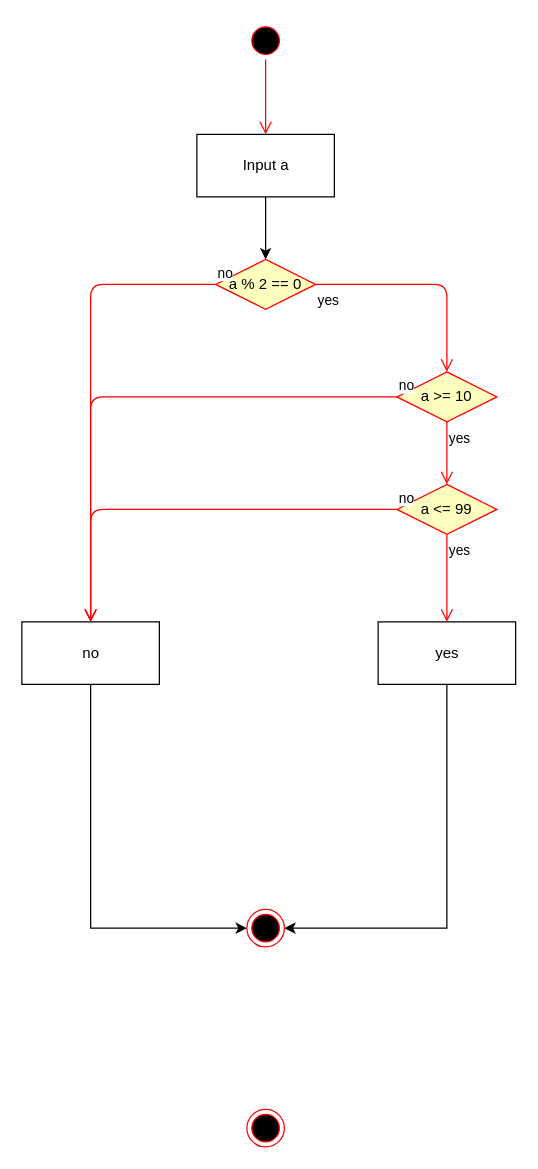
tildeman/apcbfe keeps this draw.io diagram as drawingstuff/l1-4.drawio. Above is the earlier version. Source tidied: cells renumbered, new cells numbered last; positions are measured from the earlier drawing's top-left corner, leaving out a move shared by most shapes. Both pictures are drawn from the tidied source at 125%, with x=0, y=0 at pixel (21, 21).
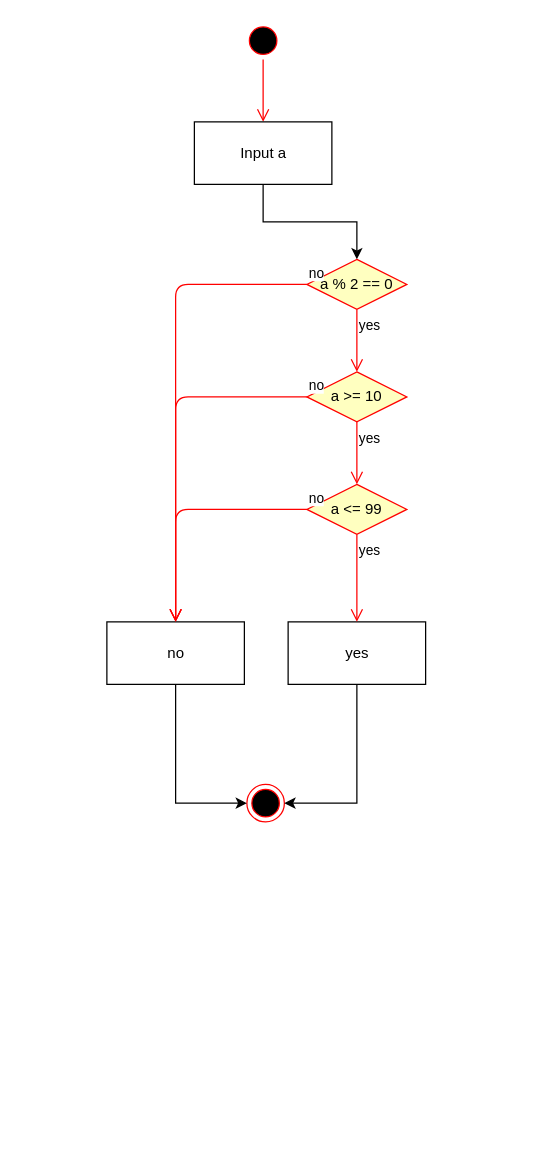
Above is the later version.

The edit, as a diff of the source:
```diff
@@
     <mxCell id="2" style="ellipse;html=1;shape=startState;fillColor=#000000;strokeColor=#ff0000;" parent="1" vertex="1">
-      <mxGeometry x="180" width="30" height="30" as="geometry" />
+      <mxGeometry x="178" width="30" height="30" as="geometry" />
     </mxCell>
@@
     <mxCell id="4" style="ellipse;html=1;shape=endState;fillColor=#000000;strokeColor=#ff0000;" parent="1" vertex="1">
-      <mxGeometry x="180" y="870" width="30" height="30" as="geometry" />
+      <mxGeometry x="180" y="610" width="30" height="30" as="geometry" />
     </mxCell>
     <mxCell id="5" value="a % 2 == 0" style="rhombus;whiteSpace=wrap;html=1;fillColor=#ffffc0;strokeColor=#ff0000;" parent="1" vertex="1">
-      <mxGeometry x="155" y="190" width="80" height="40" as="geometry" />
+      <mxGeometry x="228" y="190" width="80" height="40" as="geometry" />
     </mxCell>
@@
-    <mxCell id="8" style="edgeStyle=orthogonalEdgeStyle;rounded=0;jettySize=auto;html=1;exitX=0.5;exitY=1;exitDx=0;exitDy=0;entryX=0;entryY=0.5;entryDx=0;entryDy=0;" parent="1" edge="1" source="9" target="17">
-      <mxGeometry relative="1" as="geometry" />
-    </mxCell>
+    <mxCell id="21" style="edgeStyle=orthogonalEdgeStyle;rounded=0;jettySize=auto;html=1;exitX=0.5;exitY=1;exitDx=0;exitDy=0;entryX=0;entryY=0.5;entryDx=0;entryDy=0;" parent="1" edge="1" source="9" target="4">
+      <mxGeometry relative="1" as="geometry" />
+    </mxCell>
     <mxCell id="9" value="no" style="html=1;" parent="1" vertex="1">
-      <mxGeometry y="480" width="110" height="50" as="geometry" />
+      <mxGeometry x="68" y="480" width="110" height="50" as="geometry" />
     </mxCell>
@@
     <mxCell id="11" value="Input a" style="html=1;" parent="1" vertex="1">
-      <mxGeometry x="140" y="90" width="110" height="50" as="geometry" />
+      <mxGeometry x="138" y="80" width="110" height="50" as="geometry" />
     </mxCell>
     <mxCell id="12" value="a &amp;gt;= 10" style="rhombus;whiteSpace=wrap;html=1;fillColor=#ffffc0;strokeColor=#ff0000;" parent="1" vertex="1">
-      <mxGeometry x="300" y="280" width="80" height="40" as="geometry" />
+      <mxGeometry x="228" y="280" width="80" height="40" as="geometry" />
     </mxCell>
@@
-    <mxCell id="15" style="edgeStyle=orthogonalEdgeStyle;rounded=0;jettySize=auto;html=1;exitX=0.5;exitY=1;exitDx=0;exitDy=0;entryX=1;entryY=0.5;entryDx=0;entryDy=0;" parent="1" edge="1" source="16" target="17">
+    <mxCell id="15" style="edgeStyle=orthogonalEdgeStyle;rounded=0;jettySize=auto;html=1;exitX=0.5;exitY=1;exitDx=0;exitDy=0;entryX=1;entryY=0.5;entryDx=0;entryDy=0;" parent="1" edge="1" source="16" target="4">
       <mxGeometry relative="1" as="geometry" />
     </mxCell>
     <mxCell id="16" value="yes" style="html=1;" parent="1" vertex="1">
-      <mxGeometry x="285" y="480" width="110" height="50" as="geometry" />
+      <mxGeometry x="213" y="480" width="110" height="50" as="geometry" />
     </mxCell>
-    <mxCell id="17" style="ellipse;html=1;shape=endState;fillColor=#000000;strokeColor=#ff0000;" parent="1" vertex="1">
-      <mxGeometry x="180" y="710" width="30" height="30" as="geometry" />
-    </mxCell>
     <mxCell id="18" value="a &amp;lt;= 99" style="rhombus;whiteSpace=wrap;html=1;fillColor=#ffffc0;strokeColor=#ff0000;" parent="1" vertex="1">
-      <mxGeometry x="300" y="370" width="80" height="40" as="geometry" />
+      <mxGeometry x="228" y="370" width="80" height="40" as="geometry" />
     </mxCell>
```
